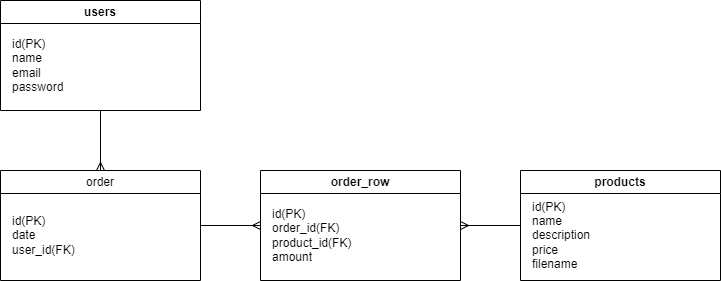
The draw.io diagram Diagrams/webshop_ERD.drawio.png in Dabra720/educom-webshop-database, before a commit. Source tidied: cells renumbered, new cells last; positions are measured from the earlier drawing's top-left corner, leaving out a move shared by most shapes.
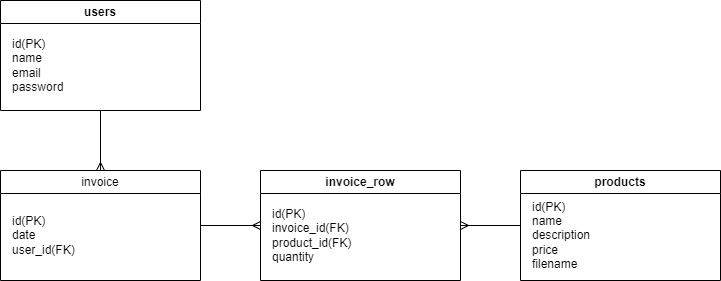
The same diagram one commit later.

Commit message:
Issue #6 Order naar Database

Diff of the diagram source:
```diff
@@ -20,7 +20,7 @@
     <mxCell id="7" style="edgeStyle=none;html=1;entryX=0;entryY=0.5;entryDx=0;entryDy=0;endArrow=ERmany;endFill=0;" parent="1" edge="1" source="8" target="11">
       <mxGeometry relative="1" as="geometry" />
     </mxCell>
-    <mxCell id="8" value="order" style="swimlane;whiteSpace=wrap;html=1;fontStyle=0;startSize=23;" parent="1" vertex="1">
+    <mxCell id="8" value="invoice" style="swimlane;whiteSpace=wrap;html=1;fontStyle=0;startSize=23;" parent="1" vertex="1">
       <mxGeometry y="170" width="200" height="110" as="geometry" />
     </mxCell>
     <mxCell id="9" value="id(PK)&lt;br&gt;date&lt;br&gt;user_id(FK)" style="text;html=1;align=left;verticalAlign=middle;strokeColor=none;fillColor=none;" parent="8" vertex="1">
@@ -29,10 +29,10 @@
     <mxCell id="10" style="edgeStyle=none;html=1;entryX=0;entryY=0.5;entryDx=0;entryDy=0;endArrow=none;endFill=0;startArrow=ERmany;startFill=0;" parent="1" edge="1" source="11" target="5">
       <mxGeometry relative="1" as="geometry" />
     </mxCell>
-    <mxCell id="11" value="order_row" style="swimlane;whiteSpace=wrap;html=1;" parent="1" vertex="1">
+    <mxCell id="11" value="invoice_row" style="swimlane;whiteSpace=wrap;html=1;" parent="1" vertex="1">
       <mxGeometry x="260" y="170" width="200" height="110" as="geometry" />
     </mxCell>
-    <mxCell id="12" value="id(PK)&lt;br&gt;order_id(FK)&lt;br&gt;product_id(FK)&lt;br&gt;amount" style="text;html=1;align=left;verticalAlign=middle;strokeColor=none;fillColor=none;" parent="11" vertex="1">
+    <mxCell id="12" value="id(PK)&lt;br&gt;invoice_id(FK)&lt;br&gt;product_id(FK)&lt;br&gt;quantity" style="text;html=1;align=left;verticalAlign=middle;strokeColor=none;fillColor=none;" parent="11" vertex="1">
       <mxGeometry x="10" y="30" width="100" height="70" as="geometry" />
     </mxCell>
   </root>
```
